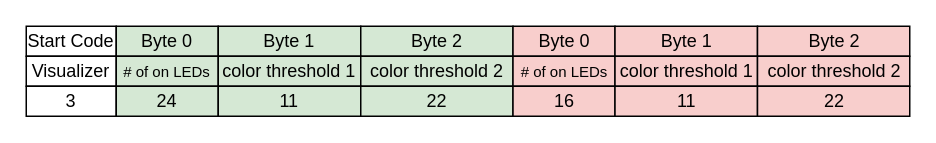
The draw.io diagram visualizer.drawio in jfcbooth/block_diagrams, before the edit. Source tidied: cells renumbered, new cells numbered last; positions are measured from the earlier drawing's top-left corner, leaving out a move shared by most shapes. Both pictures are drawn from the tidied source at 150%, with x=0, y=0 at pixel (26, 26).
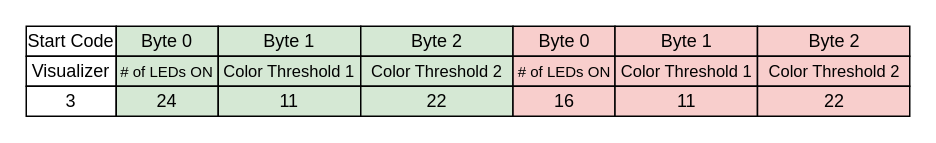
Above is the later version.

Change to the diagram source:
```diff
@@
-    <mxCell id="7" value="&lt;font style=&quot;font-size: 10px;&quot;&gt;# of on LEDs&lt;/font&gt;" style="rounded=0;whiteSpace=wrap;html=1;fillColor=#d5e8d4;strokeColor=#000000;" parent="1" vertex="1">
+    <mxCell id="7" value="&lt;font style=&quot;font-size: 10px;&quot;&gt;# of LEDs ON&lt;br&gt;&lt;/font&gt;" style="rounded=0;whiteSpace=wrap;html=1;fillColor=#d5e8d4;strokeColor=#000000;" parent="1" vertex="1">
       <mxGeometry x="60" y="20" width="68" height="20" as="geometry" />
     </mxCell>
-    <mxCell id="8" value="color threshold 1" style="rounded=0;whiteSpace=wrap;html=1;fillColor=#d5e8d4;strokeColor=#000000;" parent="1" vertex="1">
+    <mxCell id="8" value="&lt;font style=&quot;font-size: 11px;&quot;&gt;Color Threshold 1&lt;/font&gt;" style="rounded=0;whiteSpace=wrap;html=1;fillColor=#d5e8d4;strokeColor=#000000;" parent="1" vertex="1">
       <mxGeometry x="128" y="20" width="95" height="20" as="geometry" />
     </mxCell>
-    <mxCell id="9" value="color threshold 2" style="rounded=0;whiteSpace=wrap;html=1;fillColor=#d5e8d4;strokeColor=#000000;" parent="1" vertex="1">
+    <mxCell id="9" value="&lt;font style=&quot;font-size: 11px;&quot;&gt;Color Threshold 2&lt;/font&gt;" style="rounded=0;whiteSpace=wrap;html=1;fillColor=#d5e8d4;strokeColor=#000000;" parent="1" vertex="1">
       <mxGeometry x="223" y="20" width="101.5" height="20" as="geometry" />
     </mxCell>
@@
-    <mxCell id="17" value="&lt;font style=&quot;font-size: 10px;&quot;&gt;# of on LEDs&lt;/font&gt;" style="rounded=0;whiteSpace=wrap;html=1;fillColor=#f8cecc;strokeColor=#000000;" parent="1" vertex="1">
+    <mxCell id="17" value="&lt;font style=&quot;font-size: 10px;&quot;&gt;# of LEDs ON&lt;br&gt;&lt;/font&gt;" style="rounded=0;whiteSpace=wrap;html=1;fillColor=#f8cecc;strokeColor=#000000;" parent="1" vertex="1">
       <mxGeometry x="324.5" y="20" width="68" height="20" as="geometry" />
     </mxCell>
-    <mxCell id="18" value="color threshold 1" style="rounded=0;whiteSpace=wrap;html=1;fillColor=#f8cecc;strokeColor=#000000;" parent="1" vertex="1">
+    <mxCell id="18" value="&lt;font style=&quot;font-size: 11px;&quot;&gt;Color Threshold 1&lt;/font&gt;" style="rounded=0;whiteSpace=wrap;html=1;fillColor=#f8cecc;strokeColor=#000000;" parent="1" vertex="1">
       <mxGeometry x="392.5" y="20" width="95" height="20" as="geometry" />
     </mxCell>
-    <mxCell id="19" value="color threshold 2" style="rounded=0;whiteSpace=wrap;html=1;fillColor=#f8cecc;strokeColor=#000000;" parent="1" vertex="1">
+    <mxCell id="19" value="&lt;font style=&quot;font-size: 11px;&quot;&gt;Color Threshold 2&lt;/font&gt;" style="rounded=0;whiteSpace=wrap;html=1;fillColor=#f8cecc;strokeColor=#000000;" parent="1" vertex="1">
       <mxGeometry x="487.5" y="20" width="101.5" height="20" as="geometry" />
     </mxCell>
```
